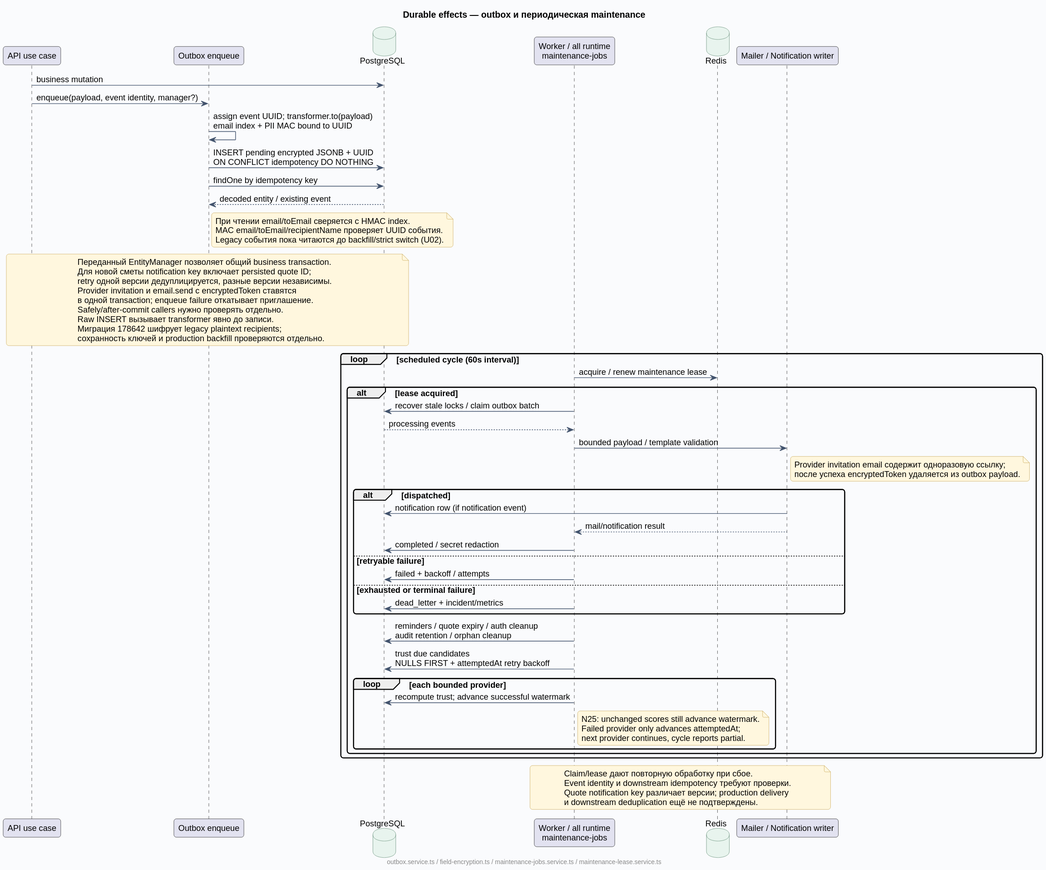
Earlier version of the PlantUML export docs/diagrams/rendered/08-outbox-maintenance.svg (Dima163163/auto-care-hub).
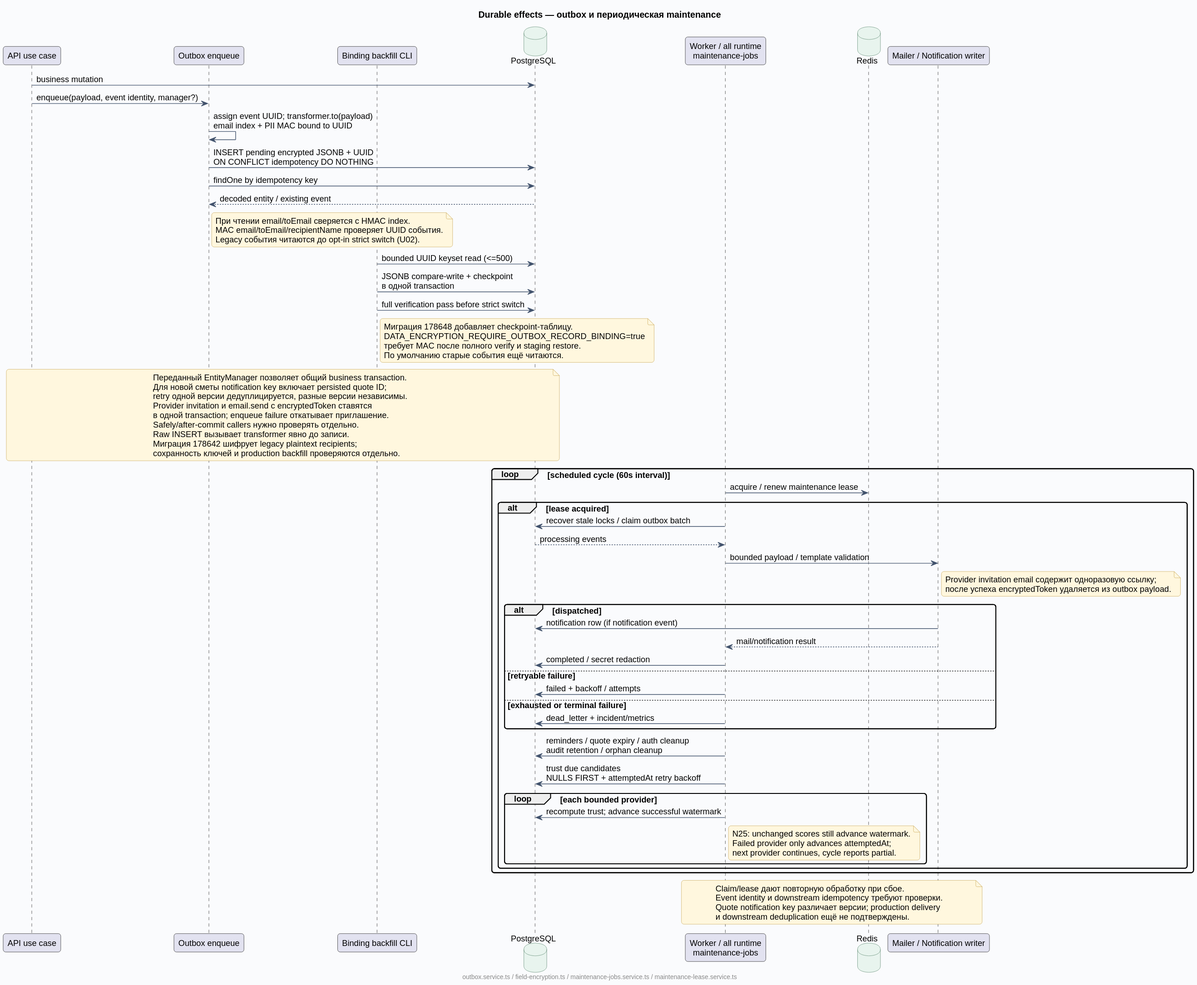
The same diagram one commit later.

What changed in the source:
```diff
@@ -3,6 +3,7 @@
 title Durable effects — outbox и периодическая maintenance
 participant "API use case" as API
 participant "Outbox enqueue" as Queue
+participant "Binding backfill CLI" as Backfill
 database "PostgreSQL" as PG
 participant "Worker / all runtime\nmaintenance-jobs" as Worker
 database "Redis" as Redis
@@ -16,7 +17,16 @@
 note right of Queue
   При чтении email/toEmail сверяется с HMAC index.
   MAC email/toEmail/recipientName проверяет UUID события.
-  Legacy события пока читаются до backfill/strict switch (U02).
+  Legacy события читаются до opt-in strict switch (U02).
+end note
+Backfill -> PG : bounded UUID keyset read (<=500)
+Backfill -> PG : JSONB compare-write + checkpoint\nв одной transaction
+Backfill -> PG : full verification pass before strict switch
+note right of Backfill
+  Миграция 178648 добавляет checkpoint-таблицу.
+  DATA_ENCRYPTION_REQUIRE_OUTBOX_RECORD_BINDING=true
+  требует MAC после полного verify и staging restore.
+  По умолчанию старые события ещё читаются.
 end note
 note over API, PG
   Переданный EntityManager позволяет общий business transaction.
```
